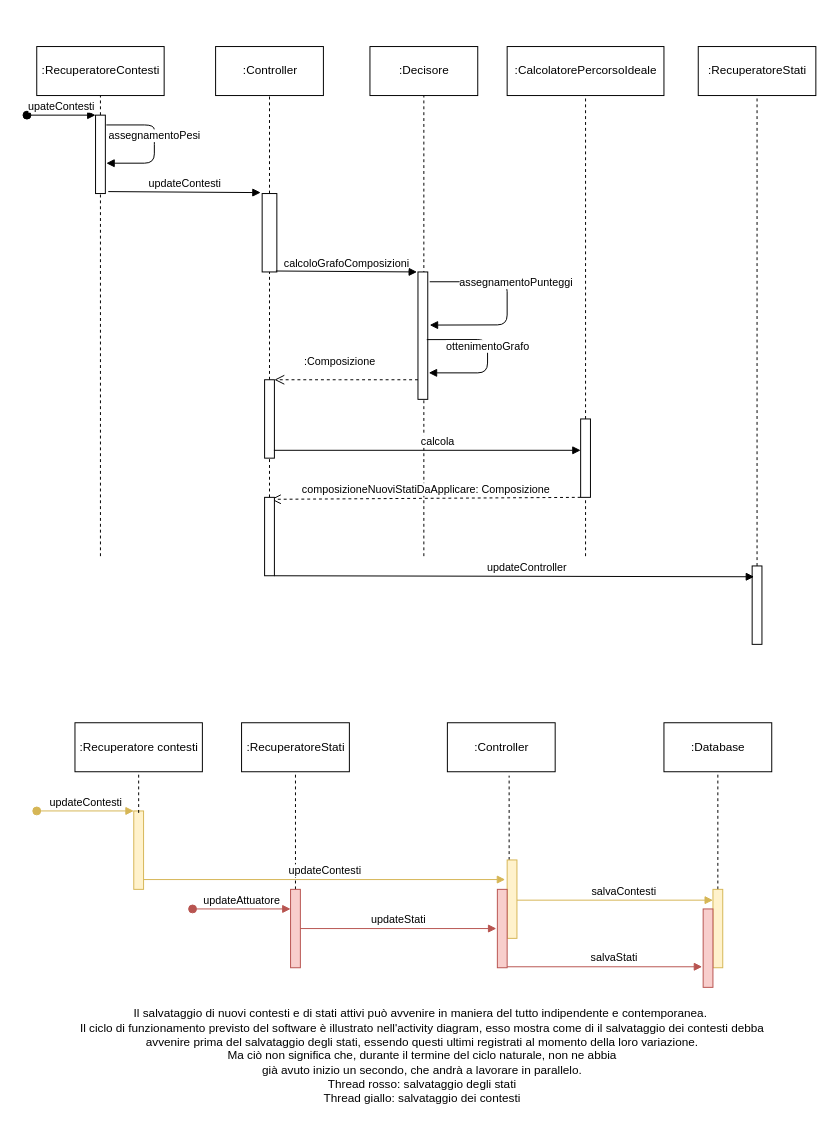
Before: page "Page-4" (4 of 4) of uml.drawio in Sbef98/Botolo, a draw.io diagram. Source tidied: cells renumbered, new cells numbered last; positions are measured from the earlier drawing's top-left corner, leaving out a move shared by most shapes. Both pictures are drawn from the tidied source at 98%, with x=0, y=0 at pixel (26, 46).
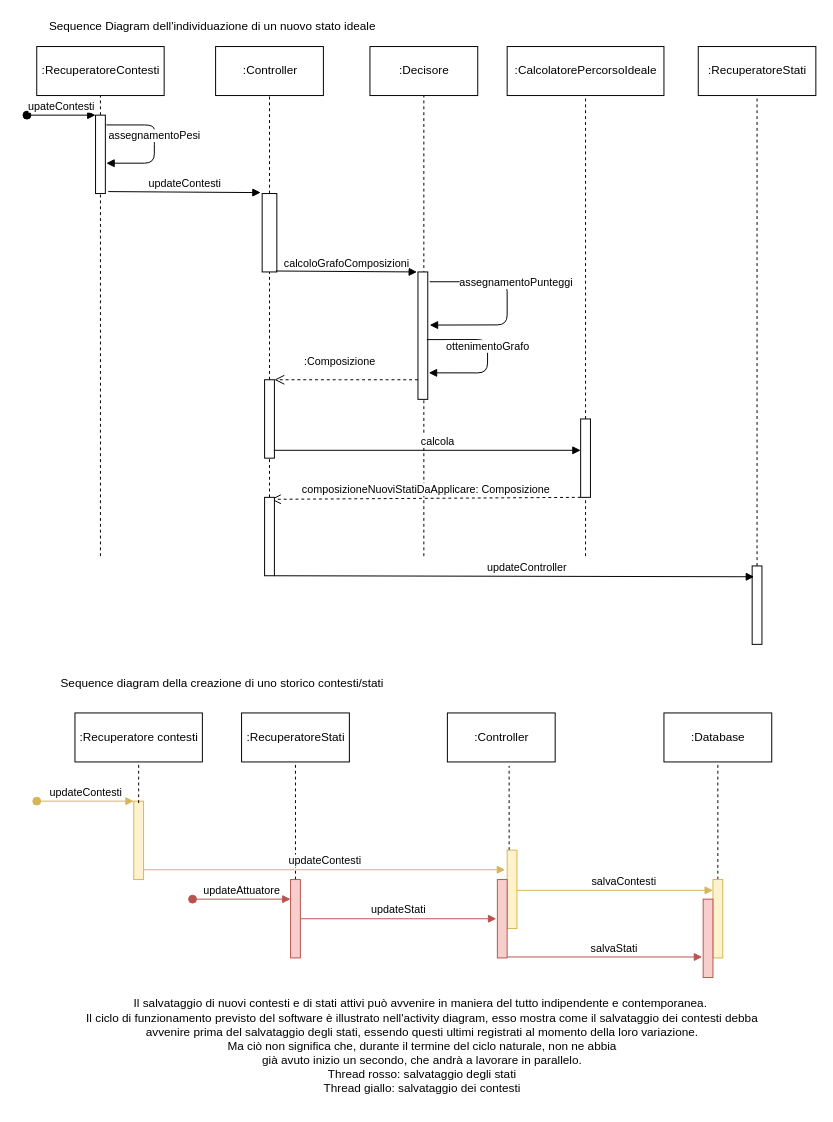
The same diagram, later.

Diff of the diagram source:
```diff
@@
     <mxCell id="32" value=":Recuperatore contesti" style="html=1;" parent="1" vertex="1">
-      <mxGeometry x="49" y="690" width="130" height="50" as="geometry" />
+      <mxGeometry x="49" y="680" width="130" height="50" as="geometry" />
     </mxCell>
     <mxCell id="33" value=":RecuperatoreStati" style="html=1;" parent="1" vertex="1">
-      <mxGeometry x="219" y="690" width="110" height="50" as="geometry" />
+      <mxGeometry x="219" y="680" width="110" height="50" as="geometry" />
     </mxCell>
     <mxCell id="34" value=":Controller" style="html=1;" parent="1" vertex="1">
-      <mxGeometry x="429" y="690" width="110" height="50" as="geometry" />
+      <mxGeometry x="429" y="680" width="110" height="50" as="geometry" />
     </mxCell>
     <mxCell id="35" value=":Database" style="html=1;" parent="1" vertex="1">
-      <mxGeometry x="650" y="690" width="110" height="50" as="geometry" />
+      <mxGeometry x="650" y="680" width="110" height="50" as="geometry" />
     </mxCell>
@@
     <mxCell id="39" style="html=1;points=[];perimeter=orthogonalPerimeter;fillColor=#fff2cc;strokeColor=#d6b656;" parent="1" vertex="1">
-      <mxGeometry x="109" y="780" width="10" height="80" as="geometry" />
+      <mxGeometry x="109" y="770" width="10" height="80" as="geometry" />
     </mxCell>
     <mxCell id="40" value="updateContesti" style="html=1;verticalAlign=bottom;startArrow=oval;endArrow=block;startSize=8;fillColor=#fff2cc;strokeColor=#d6b656;" parent="1" edge="1" target="39">
       <mxGeometry relative="1" as="geometry">
-        <mxPoint x="10" y="780" as="sourcePoint" />
+        <mxPoint x="10" y="770" as="sourcePoint" />
       </mxGeometry>
     </mxCell>
     <mxCell id="41" style="html=1;points=[];perimeter=orthogonalPerimeter;fillColor=#fff2cc;strokeColor=#d6b656;" parent="1" vertex="1">
-      <mxGeometry x="700" y="860" width="10" height="80" as="geometry" />
+      <mxGeometry x="700" y="850" width="10" height="80" as="geometry" />
     </mxCell>
     <mxCell id="42" value="updateAttuatore" style="html=1;verticalAlign=bottom;startArrow=oval;endArrow=block;startSize=8;fillColor=#f8cecc;strokeColor=#b85450;" parent="1" edge="1" target="43">
       <mxGeometry relative="1" as="geometry">
-        <mxPoint x="169" y="880" as="sourcePoint" />
+        <mxPoint x="169" y="870" as="sourcePoint" />
       </mxGeometry>
     </mxCell>
     <mxCell id="43" style="html=1;points=[];perimeter=orthogonalPerimeter;fillColor=#f8cecc;strokeColor=#b85450;" parent="1" vertex="1">
-      <mxGeometry x="269" y="860" width="10" height="80" as="geometry" />
+      <mxGeometry x="269" y="850" width="10" height="80" as="geometry" />
     </mxCell>
     <mxCell id="44" value="updateContesti" style="html=1;verticalAlign=bottom;endArrow=block;entryX=-0.2;entryY=0.25;entryDx=0;entryDy=0;entryPerimeter=0;fillColor=#fff2cc;strokeColor=#d6b656;" parent="1" edge="1" target="48">
       <mxGeometry relative="1" as="geometry">
-        <mxPoint x="119" y="850" as="sourcePoint" />
+        <mxPoint x="119" y="840" as="sourcePoint" />
       </mxGeometry>
     </mxCell>
     <mxCell id="45" value="updateStati" style="html=1;verticalAlign=bottom;endArrow=block;fillColor=#f8cecc;strokeColor=#b85450;" parent="1" edge="1">
       <mxGeometry relative="1" as="geometry">
-        <mxPoint x="279" y="900" as="sourcePoint" />
-        <mxPoint x="479" y="900" as="targetPoint" />
+        <mxPoint x="279" y="890" as="sourcePoint" />
+        <mxPoint x="479" y="890" as="targetPoint" />
       </mxGeometry>
     </mxCell>
@@
     <mxCell id="47" style="endArrow=none;dashed=1;html=1;entryX=0.5;entryY=1;entryDx=0;entryDy=0;" parent="1" edge="1" target="32">
       <mxGeometry relative="1" as="geometry">
-        <mxPoint x="114" y="782" as="sourcePoint" />
+        <mxPoint x="114" y="772" as="sourcePoint" />
       </mxGeometry>
     </mxCell>
     <mxCell id="48" style="html=1;points=[];perimeter=orthogonalPerimeter;fillColor=#fff2cc;strokeColor=#d6b656;" parent="1" vertex="1">
-      <mxGeometry x="490" y="830" width="10" height="80" as="geometry" />
+      <mxGeometry x="490" y="820" width="10" height="80" as="geometry" />
     </mxCell>
     <mxCell id="49" style="html=1;perimeter=orthogonalPerimeter;fillColor=#f8cecc;strokeColor=#b85450;" parent="1" vertex="1">
-      <mxGeometry x="480" y="860" width="10" height="80" as="geometry" />
+      <mxGeometry x="480" y="850" width="10" height="80" as="geometry" />
     </mxCell>
     <mxCell id="50" style="html=1;perimeter=orthogonalPerimeter;fillColor=#f8cecc;strokeColor=#b85450;" parent="1" vertex="1">
-      <mxGeometry x="690" y="880" width="10" height="80" as="geometry" />
+      <mxGeometry x="690" y="870" width="10" height="80" as="geometry" />
     </mxCell>
     <mxCell id="51" value="salvaStati" style="html=1;verticalAlign=bottom;endArrow=block;fillColor=#f8cecc;strokeColor=#b85450;" parent="1" edge="1">
       <mxGeometry x="0.1" relative="1" as="geometry">
-        <mxPoint x="490" y="939" as="sourcePoint" />
-        <mxPoint x="689" y="939" as="targetPoint" />
+        <mxPoint x="490" y="929" as="sourcePoint" />
+        <mxPoint x="689" y="929" as="targetPoint" />
       </mxGeometry>
     </mxCell>
-    <mxCell id="52" value="&lt;div&gt;Il salvataggio di nuovi contesti e di stati attivi può avvenire in maniera del tutto indipendente e contemporanea.&amp;nbsp; &lt;br&gt;Il ciclo di funzionamento previsto del software è illustrato nell'activity diagram, esso mostra come di il salvataggio dei contesti debba&lt;/div&gt;&lt;div&gt; avvenire prima del salvataggio degli stati, essendo questi ultimi registrati al momento della loro variazione. &lt;br&gt;&lt;/div&gt;&lt;div&gt;Ma ciò non significa che, durante il termine del ciclo naturale, non ne abbia&lt;/div&gt;&lt;div&gt;già avuto inizio un secondo, che andrà a lavorare in parallelo.&lt;br&gt;Thread rosso: salvataggio degli stati&lt;br&gt;Thread giallo: salvataggio dei contesti&lt;br&gt;&lt;/div&gt;" style="text;html=1;align=center;verticalAlign=middle;" parent="1" vertex="1">
-      <mxGeometry x="28" y="980" width="750" height="100" as="geometry" />
+    <mxCell id="52" value="&lt;div&gt;Il salvataggio di nuovi contesti e di stati attivi può avvenire in maniera del tutto indipendente e contemporanea.&amp;nbsp; &lt;br&gt;Il ciclo di funzionamento previsto del software è illustrato nell'activity diagram, esso mostra come il salvataggio dei contesti debba&lt;/div&gt;&lt;div&gt; avvenire prima del salvataggio degli stati, essendo questi ultimi registrati al momento della loro variazione. &lt;br&gt;&lt;/div&gt;&lt;div&gt;Ma ciò non significa che, durante il termine del ciclo naturale, non ne abbia&lt;/div&gt;&lt;div&gt;già avuto inizio un secondo, che andrà a lavorare in parallelo.&lt;br&gt;Thread rosso: salvataggio degli stati&lt;br&gt;Thread giallo: salvataggio dei contesti&lt;br&gt;&lt;/div&gt;" style="text;html=1;align=center;verticalAlign=middle;" parent="1" vertex="1">
+      <mxGeometry x="43" y="970" width="720" height="100" as="geometry" />
     </mxCell>
@@
+    <mxCell id="54" value="Sequence Diagram dell'individuazione di un nuovo stato ideale" style="text;html=1;align=center;verticalAlign=middle;" parent="1" vertex="1">
+      <mxGeometry x="9" y="-30" width="360" height="20" as="geometry" />
+    </mxCell>
+    <mxCell id="55" value="Sequence diagram della creazione di uno storico contesti/stati" style="text;html=1;align=center;verticalAlign=middle;" parent="1" vertex="1">
+      <mxGeometry x="19" y="640" width="360" height="20" as="geometry" />
+    </mxCell>
```
